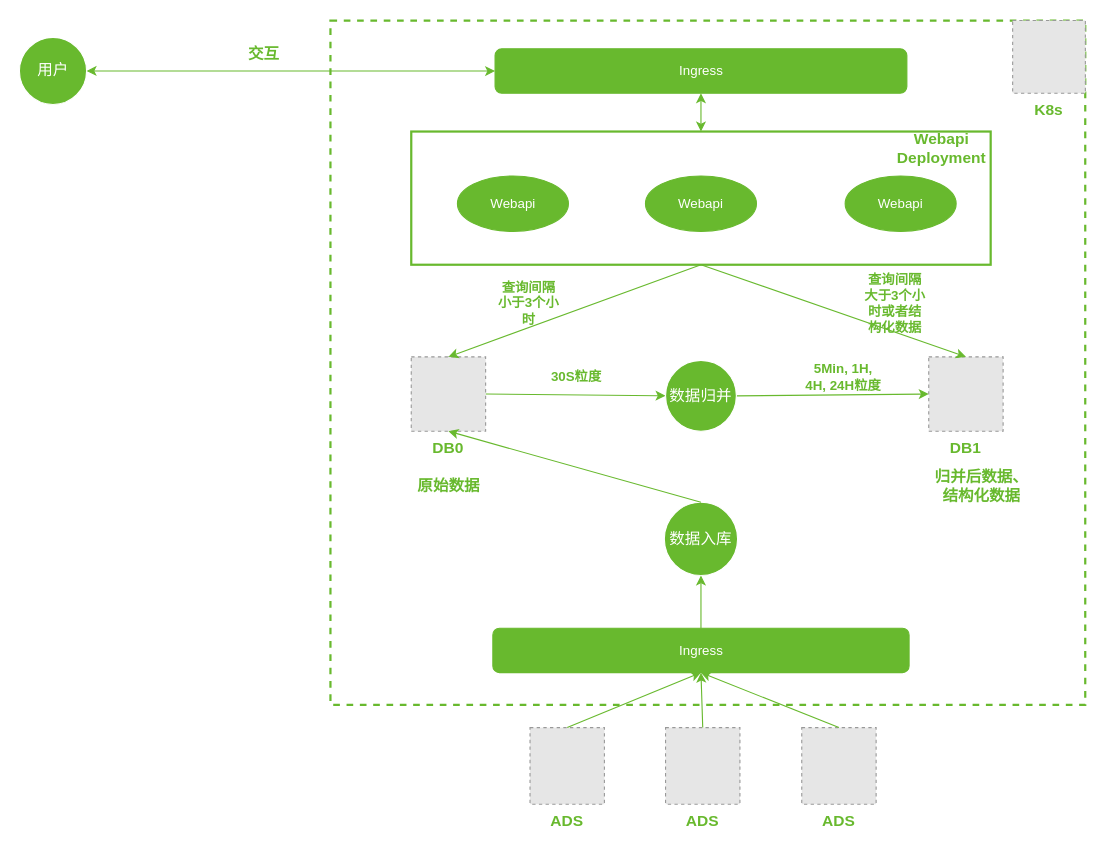
caihuayu0322/drawio-github keeps this draw.io diagram as arch.drawio. Above is the earlier version. Source tidied: cells renumbered, new cells numbered last; positions are measured from the earlier drawing's top-left corner, leaving out a move shared by most shapes. Both pictures are drawn from the tidied source at 111%, with x=0, y=0 at pixel (19, 20). Pictures stored in the file or linked from it are replaced by grey dashed boxes.
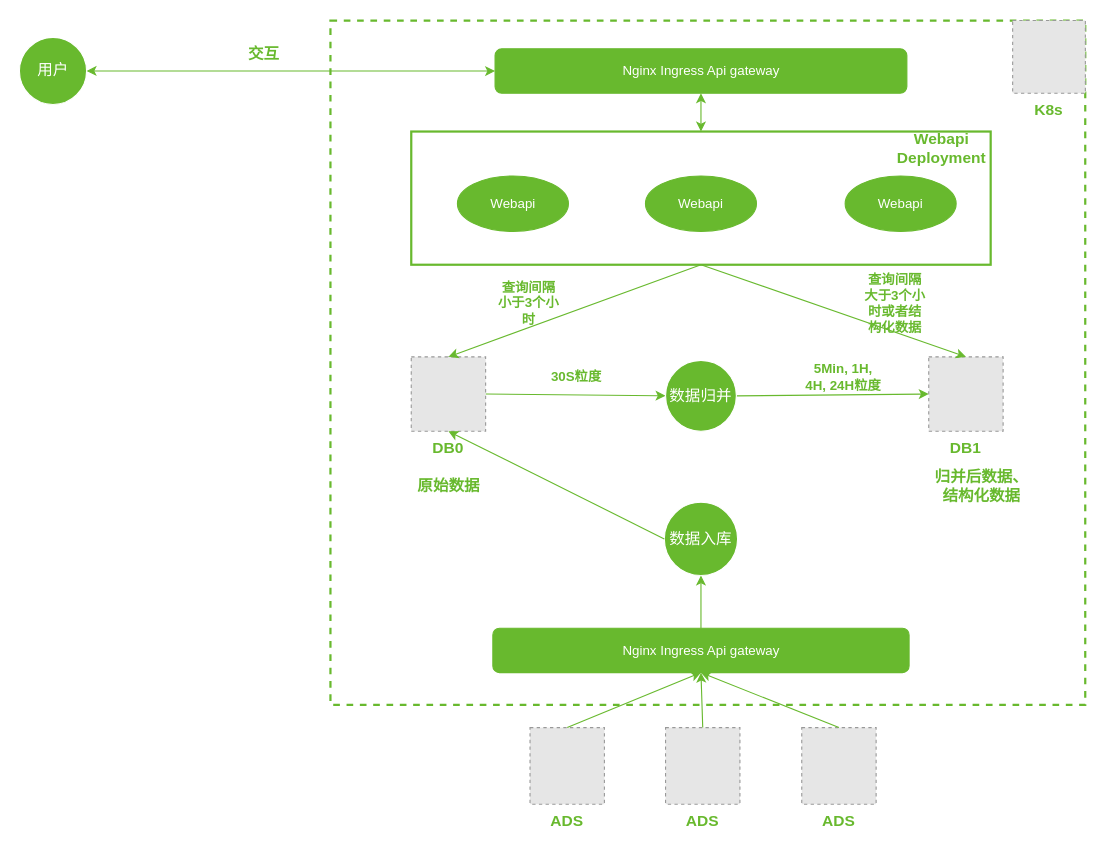
Above is the later version.

The change refers to these unchanged cells:
```xml
<mxCell id="11" value="&lt;font&gt;数据入库&lt;/font&gt;" style="ellipse;whiteSpace=wrap;html=1;shadow=0;dashed=0;labelBackgroundColor=none;sketch=0;fontFamily=Helvetica;fontSize=14;fontColor=#FFFFFF;strokeColor=#FFFFFF;fillColor=#68B92E;gradientColor=none;" parent="1" vertex="1">
  <mxGeometry x="581" y="434" width="66" height="66" as="geometry" />
</mxCell>
<mxCell id="16" value="DB0" style="fillColor=#E6E6E6;strokeColor=#999999;dashed=1;verticalLabelPosition=bottom;labelBackgroundColor=default;verticalAlign=top;fontColor=#68B92E;fontSize=14;fontStyle=1;" parent="1" vertex="1">
  <mxGeometry x="353" y="303" width="67" height="67" as="geometry" />
</mxCell>
```

The edit, as a diff of the source:
```diff
@@
-    <mxCell id="20" style="endArrow=classic;html=1;rounded=0;fontColor=#FFFFFF;exitX=0.5;exitY=0;exitDx=0;exitDy=0;entryX=0.5;entryY=1;entryDx=0;entryDy=0;strokeColor=#68B92E;" parent="1" edge="1" source="11" target="16">
+    <mxCell id="20" style="endArrow=classic;html=1;rounded=0;fontColor=#FFFFFF;exitX=0;exitY=0.5;exitDx=0;exitDy=0;entryX=0.5;entryY=1;entryDx=0;entryDy=0;strokeColor=#68B92E;" parent="1" edge="1" source="11" target="16">
       <mxGeometry relative="1" as="geometry" />
     </mxCell>
-    <mxCell id="21" value="Ingress" style="rounded=1;whiteSpace=wrap;html=1;fontColor=#FFFFFF;strokeColor=#68B92E;fillColor=#68B92E;imageAlign=left;flipH=1;flipV=0;" parent="1" vertex="1">
+    <mxCell id="21" value="Nginx Ingress Api gateway" style="rounded=1;whiteSpace=wrap;html=1;fontColor=#FFFFFF;strokeColor=#68B92E;fillColor=#68B92E;imageAlign=left;flipH=1;flipV=0;" parent="1" vertex="1">
       <mxGeometry x="426.5" y="547.5" width="375" height="40" as="geometry" />
     </mxCell>
@@
-    <mxCell id="26" value="Ingress" style="rounded=1;whiteSpace=wrap;html=1;fontColor=#FFFFFF;strokeColor=#68B92E;fillColor=#68B92E;imageAlign=left;flipH=1;flipV=0;" parent="1" vertex="1">
+    <mxCell id="26" value="Nginx Ingress Api gateway" style="rounded=1;whiteSpace=wrap;html=1;fontColor=#FFFFFF;strokeColor=#68B92E;fillColor=#68B92E;imageAlign=left;flipH=1;flipV=0;" parent="1" vertex="1">
       <mxGeometry x="428.5" y="25.5" width="371" height="40" as="geometry" />
     </mxCell>
```
